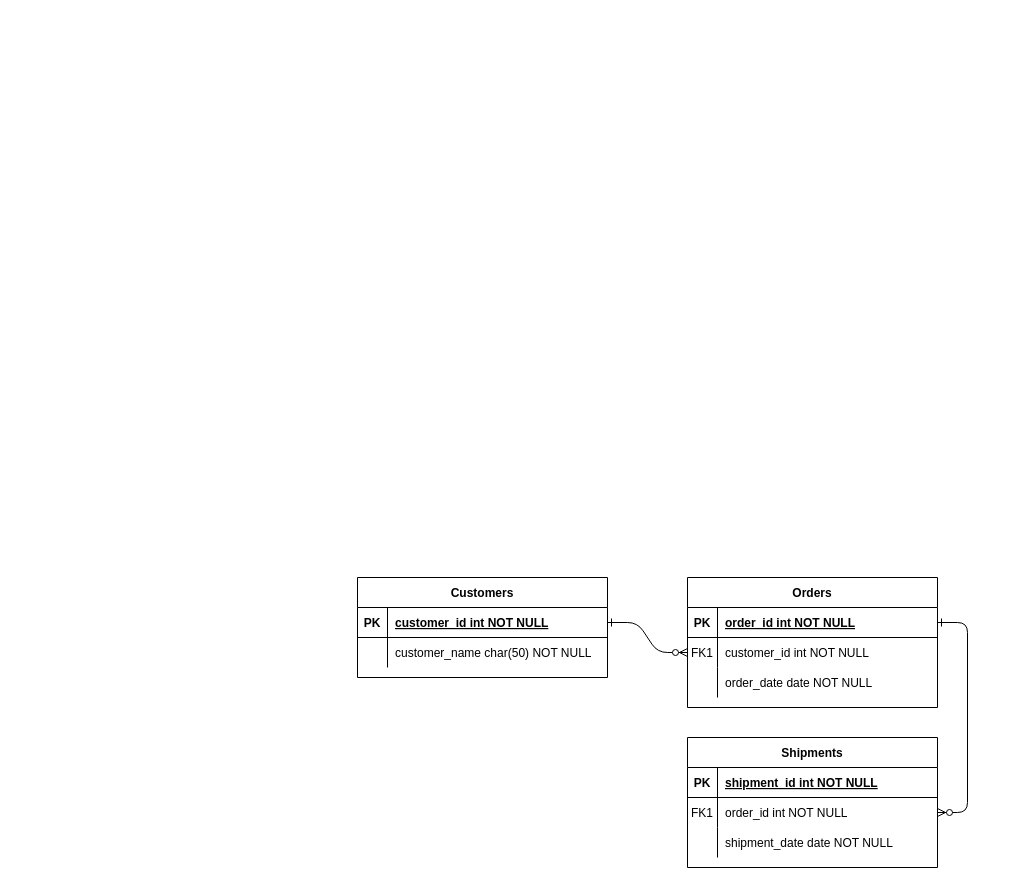
Earlier version of the draw.io diagram Zonificare funcionala.drawio (vitorjurj/exam_sem2_db). Source tidied: cells renumbered, new cells numbered last; positions are measured from the earlier drawing's top-left corner, leaving out a move shared by most shapes. Both pictures are drawn from the tidied source at 100%, with x=0, y=0 at pixel (357, 577).
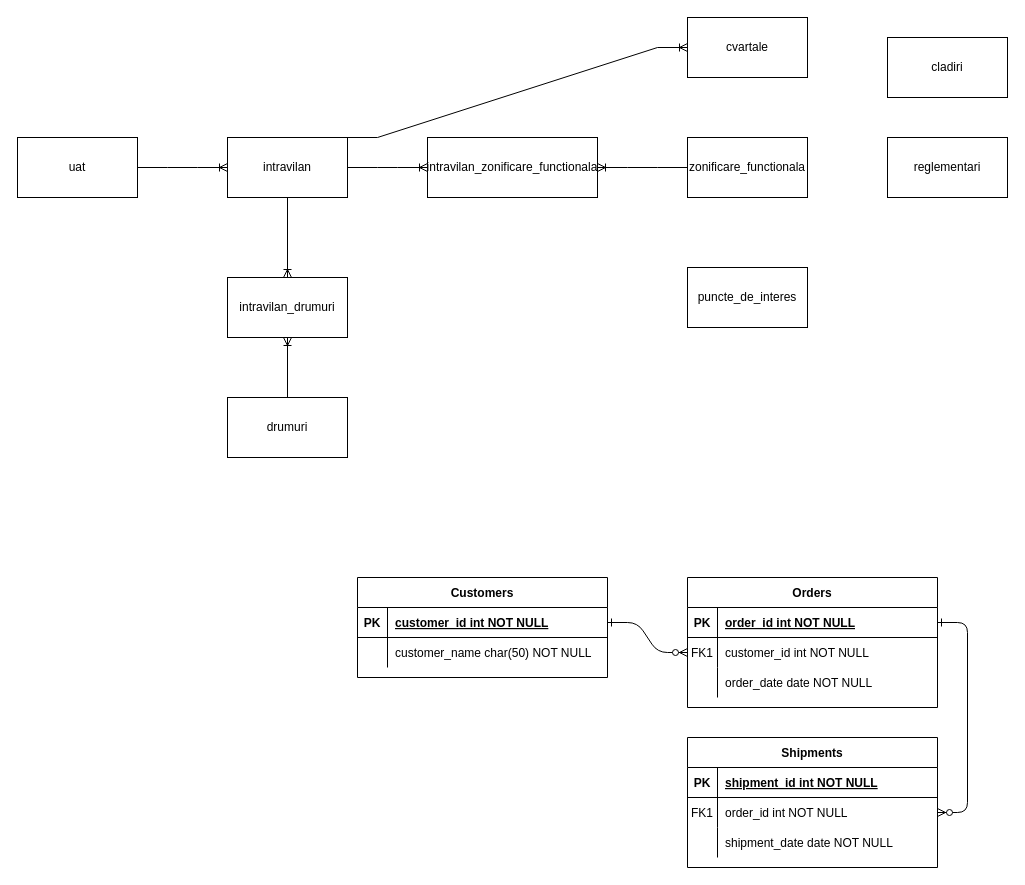
The same page after the edit.

What changed in the source:
```diff
@@
+    <mxCell id="31" value="intravilan" style="rounded=0;whiteSpace=wrap;html=1;" parent="1" vertex="1">
+      <mxGeometry x="-130" y="-440" width="120" height="60" as="geometry" />
+    </mxCell>
+    <mxCell id="32" value="cvartale" style="rounded=0;whiteSpace=wrap;html=1;" parent="1" vertex="1">
+      <mxGeometry x="330" y="-560" width="120" height="60" as="geometry" />
+    </mxCell>
+    <mxCell id="33" value="drumuri" style="rounded=0;whiteSpace=wrap;html=1;" parent="1" vertex="1">
+      <mxGeometry x="-130" y="-180" width="120" height="60" as="geometry" />
+    </mxCell>
+    <mxCell id="34" value="cladiri" style="rounded=0;whiteSpace=wrap;html=1;" parent="1" vertex="1">
+      <mxGeometry x="530" y="-540" width="120" height="60" as="geometry" />
+    </mxCell>
+    <mxCell id="35" value="zonificare_functionala" style="rounded=0;whiteSpace=wrap;html=1;" parent="1" vertex="1">
+      <mxGeometry x="330" y="-440" width="120" height="60" as="geometry" />
+    </mxCell>
+    <mxCell id="36" value="puncte_de_interes" style="rounded=0;whiteSpace=wrap;html=1;" parent="1" vertex="1">
+      <mxGeometry x="330" y="-310" width="120" height="60" as="geometry" />
+    </mxCell>
+    <mxCell id="37" value="reglementari" style="rounded=0;whiteSpace=wrap;html=1;" parent="1" vertex="1">
+      <mxGeometry x="530" y="-440" width="120" height="60" as="geometry" />
+    </mxCell>
+    <mxCell id="38" value="uat" style="rounded=0;whiteSpace=wrap;html=1;" parent="1" vertex="1">
+      <mxGeometry x="-340" y="-440" width="120" height="60" as="geometry" />
+    </mxCell>
+    <mxCell id="39" style="edgeStyle=entityRelationEdgeStyle;fontSize=12;html=1;endArrow=ERoneToMany;rounded=0;exitX=1;exitY=0.5;exitDx=0;exitDy=0;entryX=0;entryY=0.5;entryDx=0;entryDy=0;" parent="1" edge="1" source="38" target="31">
+      <mxGeometry relative="1" as="geometry" />
+    </mxCell>
+    <mxCell id="40" value="intravilan_drumuri" style="rounded=0;whiteSpace=wrap;html=1;" parent="1" vertex="1">
+      <mxGeometry x="-130" y="-300" width="120" height="60" as="geometry" />
+    </mxCell>
+    <mxCell id="41" style="fontSize=12;html=1;endArrow=ERoneToMany;rounded=0;exitX=0.5;exitY=1;exitDx=0;exitDy=0;entryX=0.5;entryY=0;entryDx=0;entryDy=0;" parent="1" edge="1" source="31" target="40">
+      <mxGeometry relative="1" as="geometry" />
+    </mxCell>
+    <mxCell id="42" style="fontSize=12;html=1;endArrow=ERoneToMany;rounded=0;entryX=0.5;entryY=1;entryDx=0;entryDy=0;exitX=0.5;exitY=0;exitDx=0;exitDy=0;" parent="1" edge="1" source="33" target="40">
+      <mxGeometry relative="1" as="geometry" />
+    </mxCell>
+    <mxCell id="43" value="intravilan_zonificare_functionala" style="rounded=0;whiteSpace=wrap;html=1;" parent="1" vertex="1">
+      <mxGeometry x="70" y="-440" width="170" height="60" as="geometry" />
+    </mxCell>
+    <mxCell id="44" style="edgeStyle=entityRelationEdgeStyle;fontSize=12;html=1;endArrow=ERoneToMany;rounded=0;exitX=1;exitY=0.5;exitDx=0;exitDy=0;entryX=0;entryY=0.5;entryDx=0;entryDy=0;" parent="1" edge="1" source="31" target="43">
+      <mxGeometry relative="1" as="geometry" />
+    </mxCell>
+    <mxCell id="45" style="edgeStyle=entityRelationEdgeStyle;fontSize=12;html=1;endArrow=ERoneToMany;rounded=0;entryX=1;entryY=0.5;entryDx=0;entryDy=0;exitX=0;exitY=0.5;exitDx=0;exitDy=0;" parent="1" edge="1" source="35" target="43">
+      <mxGeometry relative="1" as="geometry" />
+    </mxCell>
+    <mxCell id="46" style="edgeStyle=entityRelationEdgeStyle;fontSize=12;html=1;endArrow=ERoneToMany;rounded=0;exitX=1;exitY=0;exitDx=0;exitDy=0;entryX=0;entryY=0.5;entryDx=0;entryDy=0;" parent="1" edge="1" source="31" target="32">
+      <mxGeometry relative="1" as="geometry" />
+    </mxCell>
```
